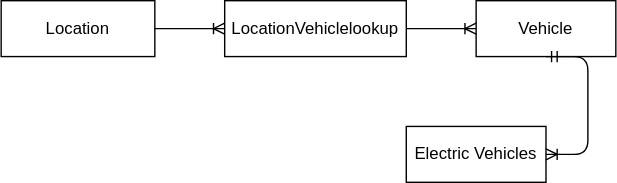
Earlier version of the draw.io export Project1/Conceptial.svg (emadera511/emanalyticsllc). Source tidied: cells renumbered, new cells last; positions are measured from the earlier drawing's top-left corner, leaving out a move shared by most shapes.
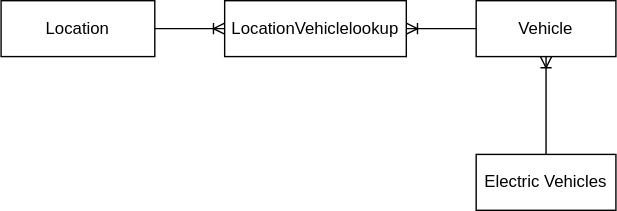
The same diagram one commit later.

Diff of the diagram source:
```diff
@@ -9,21 +9,23 @@
       <mxGeometry x="340" width="100" height="40" as="geometry" />
     </mxCell>
     <mxCell id="4" value="Electric Vehicles" style="whiteSpace=wrap;html=1;align=center;" parent="1" vertex="1">
-      <mxGeometry x="290" y="90" width="100" height="40" as="geometry" />
+      <mxGeometry x="340" y="110" width="100" height="40" as="geometry" />
     </mxCell>
     <mxCell id="5" value="LocationVehiclelookup" style="whiteSpace=wrap;html=1;align=center;" parent="1" vertex="1">
       <mxGeometry x="160" width="130" height="40" as="geometry" />
     </mxCell>
-    <mxCell id="6" style="edgeStyle=entityRelationEdgeStyle;fontSize=12;html=1;endArrow=ERoneToMany;startArrow=ERmandOne;entryX=1;entryY=0.5;entryDx=0;entryDy=0;exitX=0.5;exitY=1;exitDx=0;exitDy=0;" parent="1" edge="1" source="3" target="4">
-      <mxGeometry relative="1" as="geometry" />
-    </mxCell>
     <mxCell id="7" style="edgeStyle=entityRelationEdgeStyle;fontSize=12;html=1;endArrow=ERoneToMany;entryX=0;entryY=0.5;entryDx=0;entryDy=0;exitX=1;exitY=0.5;exitDx=0;exitDy=0;" parent="1" edge="1" source="2" target="5">
       <mxGeometry relative="1" as="geometry" />
     </mxCell>
-    <mxCell id="8" style="edgeStyle=entityRelationEdgeStyle;fontSize=12;html=1;endArrow=ERoneToMany;entryX=0;entryY=0.5;entryDx=0;entryDy=0;" parent="1" edge="1" target="3">
+    <mxCell id="8" style="edgeStyle=orthogonalEdgeStyle;fontSize=12;html=1;endArrow=ERoneToMany;exitX=0;exitY=0.5;exitDx=0;exitDy=0;entryX=1;entryY=0.5;entryDx=0;entryDy=0;" parent="1" edge="1" source="3" target="5">
       <mxGeometry relative="1" as="geometry">
-        <mxPoint x="290" y="20" as="sourcePoint" />
+        <Array as="points">
+          <mxPoint x="290" y="20" />
+        </Array>
       </mxGeometry>
     </mxCell>
+    <mxCell id="9" style="edgeStyle=orthogonalEdgeStyle;fontSize=12;html=1;endArrow=ERoneToMany;exitX=0.5;exitY=0;exitDx=0;exitDy=0;" parent="1" edge="1" source="4" target="3">
+      <mxGeometry relative="1" as="geometry" />
+    </mxCell>
   </root>
 </mxGraphModel>
```
